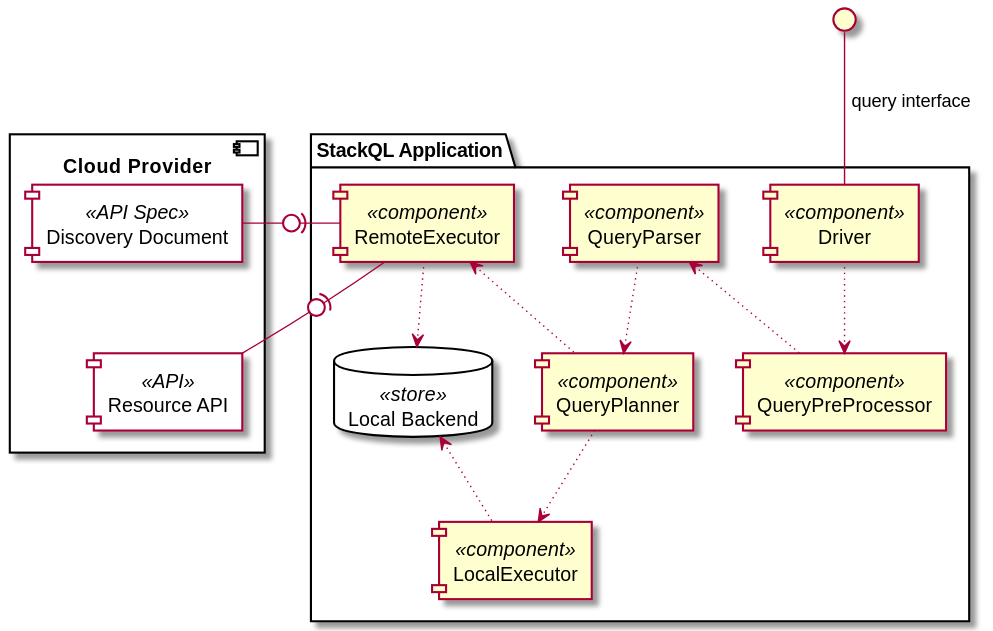
The PlantUML diagram static/img/stackql-component-diagram.svg in stackql/stackql.io, before a commit.
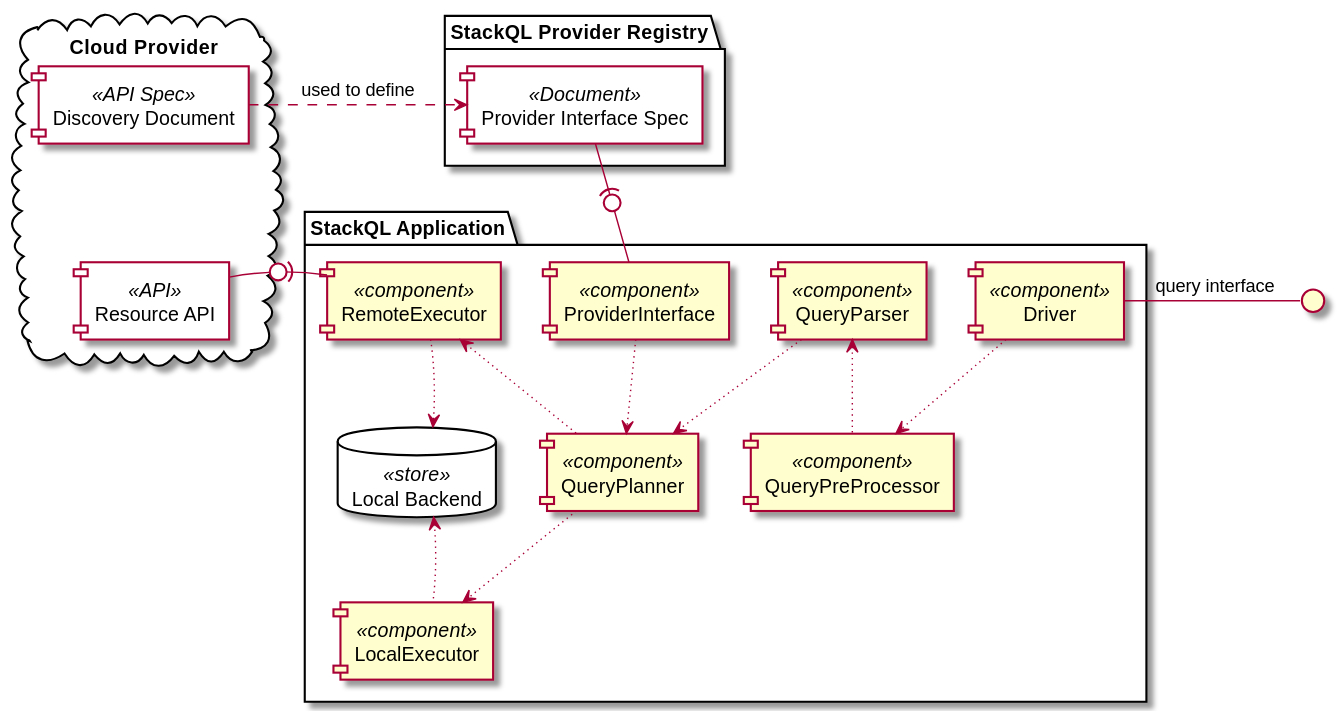
After the change.

Commit message:
updated component diagram

Diff of the diagram source:
```diff
@@ -2,7 +2,13 @@
 
 skinparam componentStyle uml1
 
-component "Cloud Provider" {
+package "StackQL Provider Registry" {
+    component "Provider Interface Spec" <<Document>> as providerdoc {
+    }
+}
+
+
+cloud "Cloud Provider" {
     component "Discovery Document" <<API Spec>> as discdoc {
     }
     component "Resource API" <<API>> as api {
@@ -12,6 +18,7 @@
 package "StackQL Application" {
     database "Local Backend" <<store>> as localdb {
     }
+    [ProviderInterface] <<component>> as providerint
     [LocalExecutor] <<component>> as localexec
     [RemoteExecutor] <<component>> as remoteexec
     [QueryPlanner] <<component>> as planner
@@ -23,18 +30,27 @@
 interface " " as userint
 
 discdoc -[hidden]D- api
-userint -- driver : " query interface"
+api -[hidden]R- remoteexec
+remoteexec -[hidden]R- providerint
+providerint -[hidden]R- parser
+parser -[hidden]R- driver
+remoteexec -[hidden]D- localdb
+localdb -[hidden]D- localexec
+localdb -[hidden]R- planner
+planner -[hidden]R- preprocessor
+driver -[hidden]R- userint
+
+userint -right- driver : " query interface"
+providerdoc -(0- providerint
 driver ~down~> preprocessor
 preprocessor ~up~> parser
 parser ~down~> planner
+providerint ~down~> planner
+planner ~up~> remoteexec
+remoteexec -(0- api
+discdoc .right.> providerdoc : "used to define"
+remoteexec ~down~> localdb
 planner ~down~> localexec
-planner ~up~> remoteexec
-remoteexec ~down~> localdb
 localexec ~up~> localdb
 
-remoteexec -[hidden]U- discdoc
-remoteexec -[hidden]R- api
-remoteexec -(0- discdoc
-remoteexec -(0- api
-
 @enduml
```
